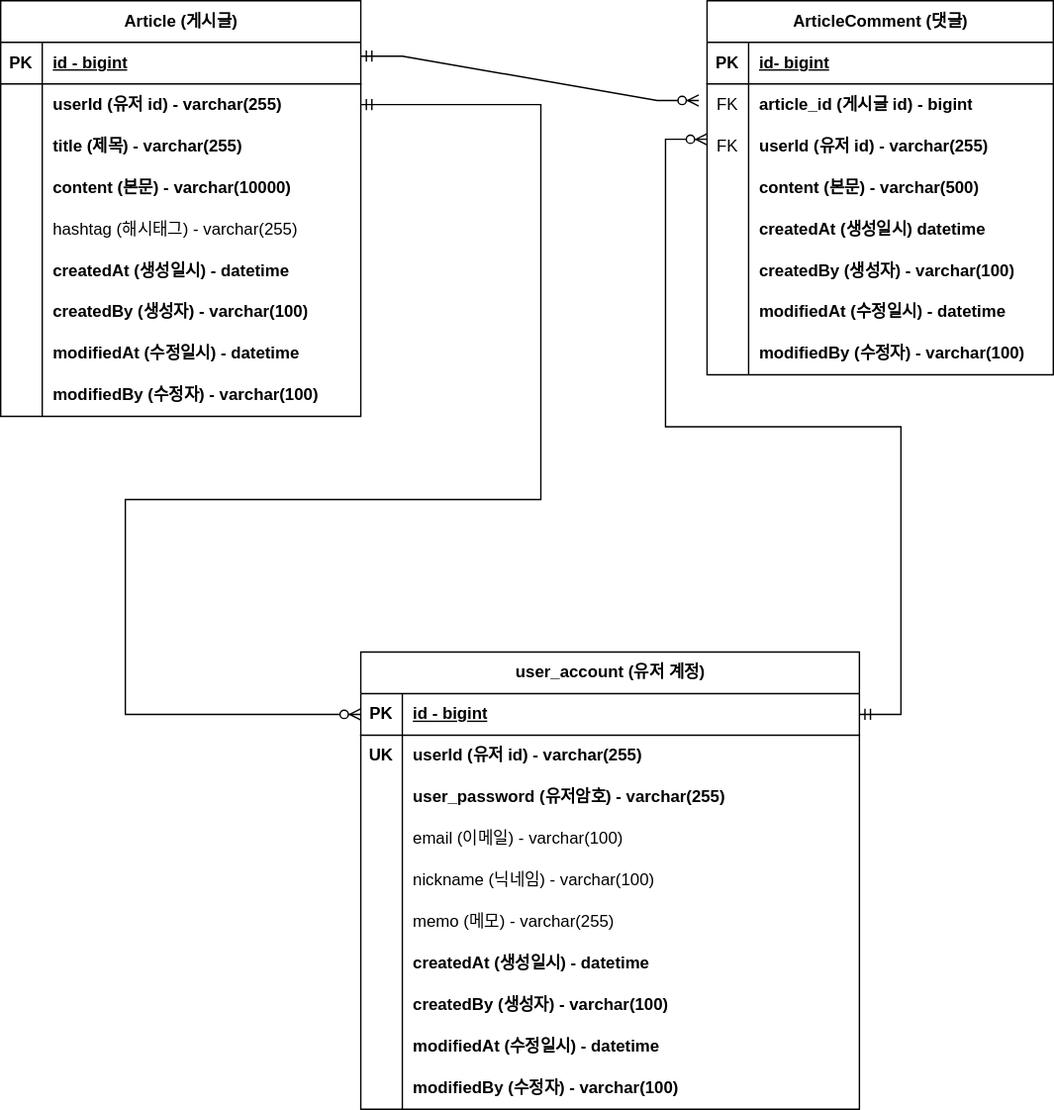
This is document/project- board-erd.svg from baektmdduq/solo-project-board, a draw.io export, as it was before one commit. Source tidied: cells renumbered, new cells last; positions are measured from the earlier drawing's top-left corner, leaving out a move shared by most shapes.
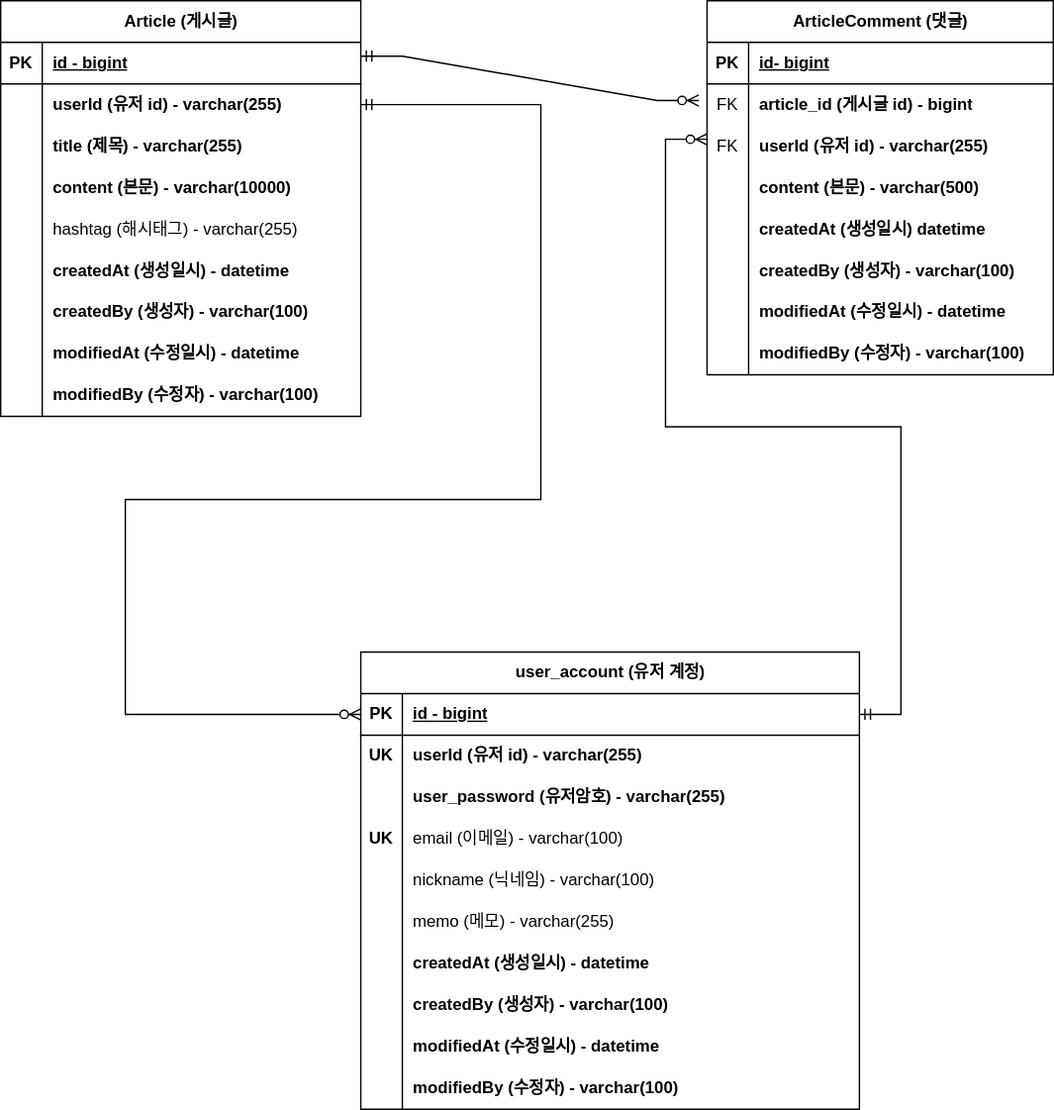
The same diagram one commit later.

Commit message:
#28 - erd 업데이트: 회원 계정 도메인의 이메일에 유니크 키 추가

Change to the diagram source:
```diff
@@ -199,7 +199,7 @@
     <mxCell id="66" style="shape=tableRow;horizontal=0;startSize=0;swimlaneHead=0;swimlaneBody=0;fillColor=none;top=0;left=0;right=0;bottom=0;" parent="56" vertex="1">
       <mxGeometry y="120" width="360" height="30" as="geometry" />
     </mxCell>
-    <mxCell id="67" style="shape=partialRectangle;fillColor=none;top=0;left=0;bottom=0;right=0;overflow=hidden;whiteSpace=wrap;html=1;" parent="66" vertex="1">
+    <mxCell id="67" value="&lt;b&gt;UK&lt;/b&gt;" style="shape=partialRectangle;fillColor=none;top=0;left=0;bottom=0;right=0;overflow=hidden;whiteSpace=wrap;html=1;" parent="66" vertex="1">
       <mxGeometry width="30" height="30" as="geometry" />
     </mxCell>
     <mxCell id="68" value="email (이메일) - varchar(100)" style="shape=partialRectangle;fillColor=none;top=0;left=0;bottom=0;right=0;align=left;spacingLeft=6;overflow=hidden;whiteSpace=wrap;html=1;" parent="66" vertex="1">
```
